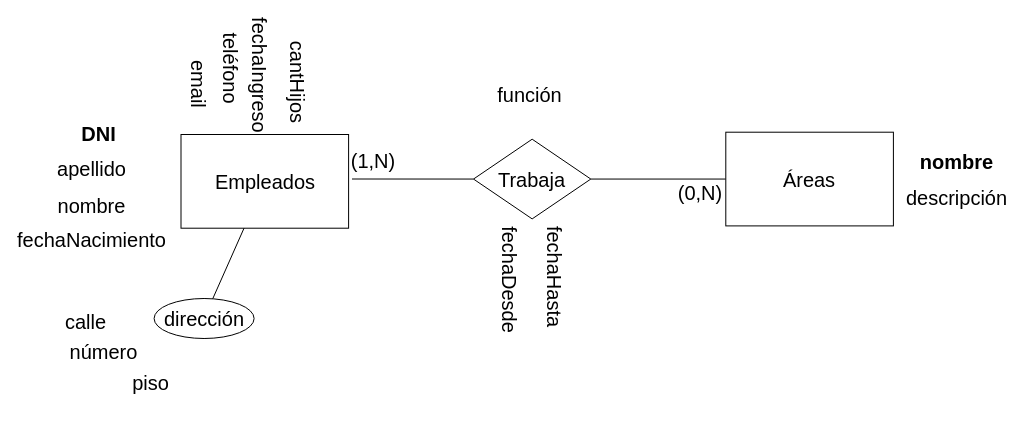
Above: Practica/Practica1/ejercicio05_P1.drawio in c97Ernesto/DisenioBasesDatos (draw.io), before the change. Source tidied: cells renumbered, new cells numbered last; positions are measured from the earlier drawing's top-left corner, leaving out a move shared by most shapes. Both pictures are drawn from the tidied source at 100%, with x=0, y=0 at pixel (20, 54).
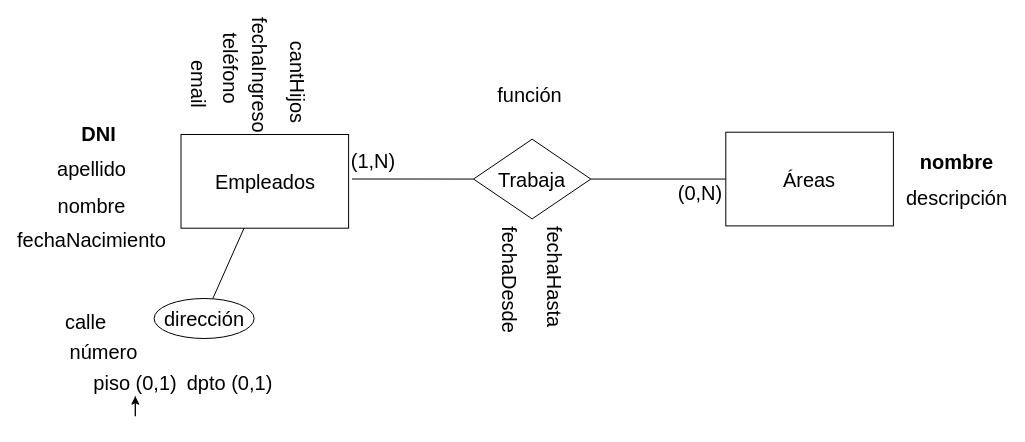
After the change.

Diff of the diagram source:
```diff
@@
-    <mxCell id="19" value="piso" style="text;html=1;strokeColor=none;fillColor=none;align=center;verticalAlign=middle;whiteSpace=wrap;rounded=0;fontSize=20;" parent="1" vertex="1">
-      <mxGeometry x="80" y="315.1" width="100.6" height="26.6" as="geometry" />
+    <mxCell id="19" value="piso (0,1)" style="text;html=1;strokeColor=none;fillColor=none;align=center;verticalAlign=middle;whiteSpace=wrap;rounded=0;fontSize=20;" parent="1" vertex="1">
+      <mxGeometry x="69" y="315.1" width="91.5" height="26.6" as="geometry" />
     </mxCell>
@@
+    <mxCell id="28" value="dpto (0,1)" style="text;html=1;strokeColor=none;fillColor=none;align=center;verticalAlign=middle;whiteSpace=wrap;rounded=0;fontSize=20;" parent="1" vertex="1">
+      <mxGeometry x="160.5" y="315.1" width="97" height="26.6" as="geometry" />
+    </mxCell>
```
